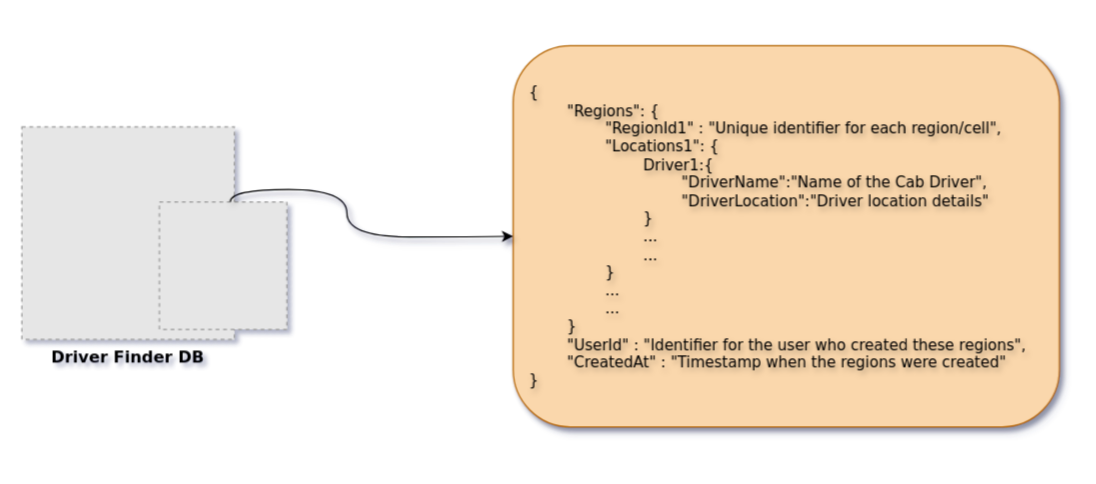
SweetCodey/system-design-masterclass keeps this draw.io diagram as 11. Design Cab sharing System/Resources/DeepDiveDriverFinderDataModeling.drawio. Above is the earlier version. Source tidied: cells renumbered, new cells numbered last; positions are measured from the earlier drawing's top-left corner, leaving out a move shared by most shapes. Both pictures are drawn from the tidied source at 125%, with x=0, y=0 at pixel (21, 45). Pictures stored in the file or linked from it are replaced by grey dashed boxes.
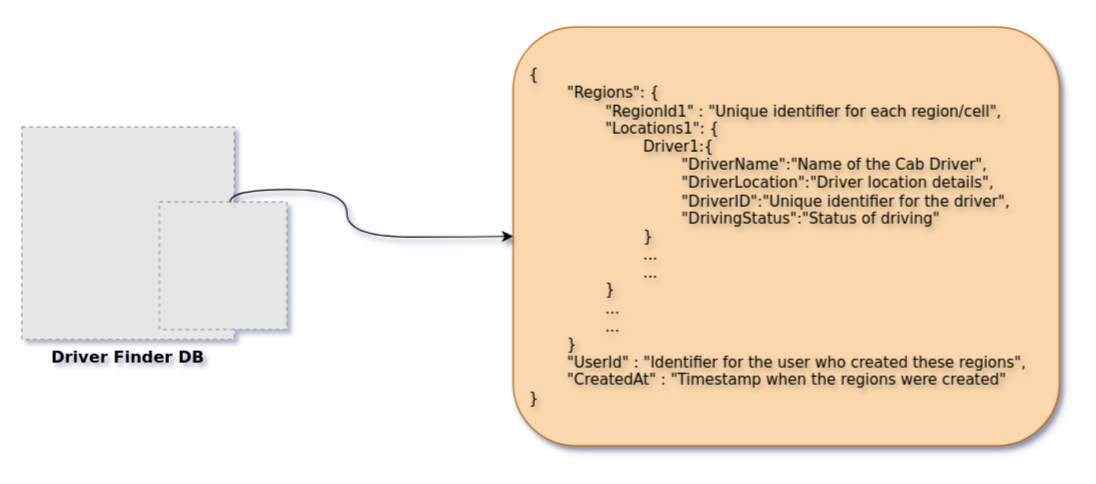
The same diagram, later.

Commit message (it also covers changes not shown here):
Data Modeling notes and minor changes in respective images

Diff of the diagram source:
```diff
@@
 <mxGraphModel shadow="1">
   <root>
     <mxCell id="0" />
     <mxCell id="1" parent="0" />
     <mxCell id="2" value="Driver Finder DB" style="fillColor=#E6E6E6;strokeColor=#999999;dashed=1;verticalLabelPosition=bottom;labelBackgroundColor=none;verticalAlign=top;fontSize=13;fontStyle=1;fontFamily=Verdana;" parent="1" vertex="1">
       <mxGeometry y="65" width="170" height="170" as="geometry" />
     </mxCell>
-    <mxCell id="3" value="&lt;div style=&quot;&quot;&gt;&lt;span style=&quot;background-color: transparent; color: light-dark(rgb(0, 0, 0), rgb(255, 255, 255));&quot;&gt;{&lt;/span&gt;&lt;/div&gt;&lt;div style=&quot;&quot;&gt;&lt;span style=&quot;background-color: transparent; color: light-dark(rgb(0, 0, 0), rgb(255, 255, 255));&quot;&gt;&lt;span style=&quot;white-space: pre;&quot;&gt;&#9;&lt;/span&gt;&quot;Regions&quot;: {&lt;/span&gt;&lt;/div&gt;&lt;div style=&quot;&quot;&gt;&lt;span style=&quot;background-color: transparent; color: light-dark(rgb(0, 0, 0), rgb(255, 255, 255)); white-space: pre;&quot;&gt;&#9;&lt;span style=&quot;white-space: pre;&quot;&gt;&#9;&lt;/span&gt;&lt;/span&gt;&lt;span style=&quot;background-color: transparent; color: light-dark(rgb(0, 0, 0), rgb(255, 255, 255));&quot;&gt;&quot;RegionId1&quot; : &quot;Unique identifier for each region/cell&quot;,&lt;/span&gt;&lt;/div&gt;&lt;div style=&quot;&quot;&gt;&lt;span style=&quot;background-color: transparent; color: light-dark(rgb(0, 0, 0), rgb(255, 255, 255));&quot;&gt;&lt;span style=&quot;white-space: pre;&quot;&gt;&#9;&lt;/span&gt;&lt;span style=&quot;white-space: pre;&quot;&gt;&#9;&lt;/span&gt;&lt;/span&gt;&lt;span style=&quot;background-color: transparent; color: light-dark(rgb(0, 0, 0), rgb(255, 255, 255));&quot;&gt;&quot;Locations1&quot;: {&lt;/span&gt;&lt;/div&gt;&lt;div style=&quot;&quot;&gt;&lt;span style=&quot;background-color: transparent; color: light-dark(rgb(0, 0, 0), rgb(255, 255, 255));&quot;&gt;&lt;span style=&quot;white-space: pre;&quot;&gt;&#9;&lt;/span&gt;&lt;span style=&quot;white-space: pre;&quot;&gt;&#9;&lt;/span&gt;&lt;span style=&quot;white-space: pre;&quot;&gt;&#9;&lt;/span&gt;Driver1:{&lt;/span&gt;&lt;/div&gt;&lt;div style=&quot;&quot;&gt;&lt;span style=&quot;background-color: transparent; color: light-dark(rgb(0, 0, 0), rgb(255, 255, 255));&quot;&gt;&lt;span style=&quot;white-space: pre;&quot;&gt;&#9;&lt;/span&gt;&lt;span style=&quot;white-space: pre;&quot;&gt;&#9;&lt;/span&gt;&lt;span style=&quot;white-space: pre;&quot;&gt;&#9;&lt;/span&gt;&lt;span style=&quot;white-space: pre;&quot;&gt;&#9;&lt;/span&gt;&quot;DriverName&quot;:&quot;Name of the Cab Driver&quot;,&lt;/span&gt;&lt;/div&gt;&lt;div style=&quot;&quot;&gt;&lt;span style=&quot;background-color: transparent; color: light-dark(rgb(0, 0, 0), rgb(255, 255, 255));&quot;&gt;&lt;span style=&quot;white-space: pre;&quot;&gt;&#9;&lt;/span&gt;&lt;span style=&quot;white-space: pre;&quot;&gt;&#9;&lt;/span&gt;&lt;span style=&quot;white-space: pre;&quot;&gt;&#9;&lt;/span&gt;&lt;span style=&quot;white-space: pre;&quot;&gt;&#9;&lt;/span&gt;&quot;DriverLocation&quot;:&quot;Driver location details&quot;&lt;/span&gt;&lt;/div&gt;&lt;div style=&quot;&quot;&gt;&lt;span style=&quot;background-color: transparent; color: light-dark(rgb(0, 0, 0), rgb(255, 255, 255));&quot;&gt;&lt;span style=&quot;white-space: pre;&quot;&gt;&#9;&lt;/span&gt;&lt;span style=&quot;white-space: pre;&quot;&gt;&#9;&lt;/span&gt;&lt;span style=&quot;white-space: pre;&quot;&gt;&#9;&lt;/span&gt;}&lt;/span&gt;&lt;/div&gt;&lt;div style=&quot;&quot;&gt;&lt;span style=&quot;background-color: transparent; color: light-dark(rgb(0, 0, 0), rgb(255, 255, 255));&quot;&gt;&lt;span style=&quot;white-space: pre;&quot;&gt;&#9;&lt;/span&gt;&lt;span style=&quot;white-space: pre;&quot;&gt;&#9;&lt;/span&gt;&lt;span style=&quot;white-space: pre;&quot;&gt;&#9;&lt;/span&gt;...&lt;br&gt;&lt;/span&gt;&lt;/div&gt;&lt;div style=&quot;&quot;&gt;&lt;span style=&quot;background-color: transparent; color: light-dark(rgb(0, 0, 0), rgb(255, 255, 255));&quot;&gt;&lt;span style=&quot;white-space: pre;&quot;&gt;&#9;&lt;/span&gt;&lt;span style=&quot;white-space: pre;&quot;&gt;&#9;&lt;/span&gt;&lt;span style=&quot;white-space: pre;&quot;&gt;&#9;&lt;/span&gt;...&lt;br&gt;&lt;/span&gt;&lt;/div&gt;&lt;div style=&quot;&quot;&gt;&lt;span style=&quot;background-color: transparent; color: light-dark(rgb(0, 0, 0), rgb(255, 255, 255));&quot;&gt;&lt;span style=&quot;white-space: pre;&quot;&gt;&#9;&lt;/span&gt;&lt;span style=&quot;white-space: pre;&quot;&gt;&#9;&lt;/span&gt;}&lt;/span&gt;&lt;/div&gt;&lt;div style=&quot;&quot;&gt;&lt;span style=&quot;white-space: pre;&quot;&gt;&#9;&lt;/span&gt;&lt;span style=&quot;white-space: pre;&quot;&gt;&#9;&lt;/span&gt;...&lt;br&gt;&lt;/div&gt;&lt;div style=&quot;&quot;&gt;&lt;span style=&quot;white-space: pre;&quot;&gt;&#9;&lt;/span&gt;&lt;span style=&quot;white-space: pre;&quot;&gt;&#9;&lt;/span&gt;...&lt;/div&gt;&lt;div style=&quot;&quot;&gt;&lt;span style=&quot;background-color: transparent; color: light-dark(rgb(0, 0, 0), rgb(255, 255, 255));&quot;&gt;&lt;span style=&quot;white-space: pre;&quot;&gt;&#9;&lt;/span&gt;}&lt;/span&gt;&lt;/div&gt;&lt;div style=&quot;&quot;&gt;&lt;span style=&quot;background-color: transparent; color: light-dark(rgb(0, 0, 0), rgb(255, 255, 255));&quot;&gt;&lt;span style=&quot;white-space: pre;&quot;&gt;&#9;&lt;/span&gt;&quot;UserId&quot; : &quot;Identifier for the user who created these regions&quot;,&lt;/span&gt;&lt;/div&gt;&lt;div style=&quot;&quot;&gt;&lt;span style=&quot;background-color: transparent; color: light-dark(rgb(0, 0, 0), rgb(255, 255, 255));&quot;&gt;&lt;span style=&quot;white-space: pre;&quot;&gt;&#9;&lt;/span&gt;&quot;CreatedAt&quot; : &quot;Timestamp when the regions were created&quot;&lt;/span&gt;&lt;/div&gt;&lt;div style=&quot;&quot;&gt;&lt;span style=&quot;background-color: transparent; color: light-dark(rgb(0, 0, 0), rgb(255, 255, 255));&quot;&gt;}&lt;/span&gt;&lt;/div&gt;" style="rounded=1;whiteSpace=wrap;html=1;align=left;fillColor=#fad7ac;strokeColor=#b46504;shadow=1;textShadow=1;spacingLeft=11;fontFamily=Verdana;" parent="1" vertex="1">
-      <mxGeometry x="393" width="437" height="305" as="geometry" />
+    <mxCell id="3" value="&lt;div style=&quot;&quot;&gt;&lt;span style=&quot;background-color: transparent; color: light-dark(rgb(0, 0, 0), rgb(255, 255, 255));&quot;&gt;{&lt;/span&gt;&lt;/div&gt;&lt;div style=&quot;&quot;&gt;&lt;span style=&quot;background-color: transparent; color: light-dark(rgb(0, 0, 0), rgb(255, 255, 255));&quot;&gt;&lt;span style=&quot;white-space: pre;&quot;&gt;&#9;&lt;/span&gt;&quot;Regions&quot;: {&lt;/span&gt;&lt;/div&gt;&lt;div style=&quot;&quot;&gt;&lt;span style=&quot;background-color: transparent; color: light-dark(rgb(0, 0, 0), rgb(255, 255, 255)); white-space: pre;&quot;&gt;&#9;&lt;span style=&quot;white-space: pre;&quot;&gt;&#9;&lt;/span&gt;&lt;/span&gt;&lt;span style=&quot;background-color: transparent; color: light-dark(rgb(0, 0, 0), rgb(255, 255, 255));&quot;&gt;&quot;RegionId1&quot; : &quot;Unique identifier for each region/cell&quot;,&lt;/span&gt;&lt;/div&gt;&lt;div style=&quot;&quot;&gt;&lt;span style=&quot;background-color: transparent; color: light-dark(rgb(0, 0, 0), rgb(255, 255, 255));&quot;&gt;&lt;span style=&quot;white-space: pre;&quot;&gt;&#9;&lt;/span&gt;&lt;span style=&quot;white-space: pre;&quot;&gt;&#9;&lt;/span&gt;&lt;/span&gt;&lt;span style=&quot;background-color: transparent; color: light-dark(rgb(0, 0, 0), rgb(255, 255, 255));&quot;&gt;&quot;Locations1&quot;: {&lt;/span&gt;&lt;/div&gt;&lt;div style=&quot;&quot;&gt;&lt;span style=&quot;background-color: transparent; color: light-dark(rgb(0, 0, 0), rgb(255, 255, 255));&quot;&gt;&lt;span style=&quot;white-space: pre;&quot;&gt;&#9;&lt;/span&gt;&lt;span style=&quot;white-space: pre;&quot;&gt;&#9;&lt;/span&gt;&lt;span style=&quot;white-space: pre;&quot;&gt;&#9;&lt;/span&gt;Driver1:{&lt;/span&gt;&lt;/div&gt;&lt;div style=&quot;&quot;&gt;&lt;span style=&quot;background-color: transparent; color: light-dark(rgb(0, 0, 0), rgb(255, 255, 255));&quot;&gt;&lt;span style=&quot;white-space: pre;&quot;&gt;&#9;&lt;/span&gt;&lt;span style=&quot;white-space: pre;&quot;&gt;&#9;&lt;/span&gt;&lt;span style=&quot;white-space: pre;&quot;&gt;&#9;&lt;/span&gt;&lt;span style=&quot;white-space: pre;&quot;&gt;&#9;&lt;/span&gt;&quot;DriverName&quot;:&quot;Name of the Cab Driver&quot;,&lt;/span&gt;&lt;/div&gt;&lt;div style=&quot;&quot;&gt;&lt;span style=&quot;background-color: transparent; color: light-dark(rgb(0, 0, 0), rgb(255, 255, 255));&quot;&gt;&lt;span style=&quot;white-space: pre;&quot;&gt;&#9;&lt;/span&gt;&lt;span style=&quot;white-space: pre;&quot;&gt;&#9;&lt;/span&gt;&lt;span style=&quot;white-space: pre;&quot;&gt;&#9;&lt;/span&gt;&lt;span style=&quot;white-space: pre;&quot;&gt;&#9;&lt;/span&gt;&quot;DriverLocation&quot;:&quot;Driver location details&quot;,&lt;/span&gt;&lt;/div&gt;&lt;div style=&quot;&quot;&gt;&lt;span style=&quot;background-color: transparent; color: light-dark(rgb(0, 0, 0), rgb(255, 255, 255));&quot;&gt;&lt;span style=&quot;white-space: pre;&quot;&gt;&#9;&lt;/span&gt;&lt;span style=&quot;white-space: pre;&quot;&gt;&#9;&lt;/span&gt;&lt;span style=&quot;white-space: pre;&quot;&gt;&#9;&lt;/span&gt;&lt;span style=&quot;white-space: pre;&quot;&gt;&#9;&lt;/span&gt;&quot;DriverID&quot;:&quot;Unique identifier for the driver&quot;,&lt;br&gt;&lt;/span&gt;&lt;/div&gt;&lt;div style=&quot;&quot;&gt;&lt;span style=&quot;background-color: transparent; color: light-dark(rgb(0, 0, 0), rgb(255, 255, 255));&quot;&gt;&lt;span style=&quot;white-space: pre;&quot;&gt;&#9;&lt;/span&gt;&lt;span style=&quot;white-space: pre;&quot;&gt;&#9;&lt;/span&gt;&lt;span style=&quot;white-space: pre;&quot;&gt;&#9;&lt;/span&gt;&lt;span style=&quot;white-space: pre;&quot;&gt;&#9;&lt;/span&gt;&quot;DrivingStatus&quot;:&quot;Status of driving&quot;&lt;/span&gt;&lt;/div&gt;&lt;div style=&quot;&quot;&gt;&lt;span style=&quot;background-color: transparent; color: light-dark(rgb(0, 0, 0), rgb(255, 255, 255));&quot;&gt;&lt;span style=&quot;white-space: pre;&quot;&gt;&#9;&lt;/span&gt;&lt;span style=&quot;white-space: pre;&quot;&gt;&#9;&lt;/span&gt;&lt;span style=&quot;white-space: pre;&quot;&gt;&#9;&lt;/span&gt;}&lt;/span&gt;&lt;/div&gt;&lt;div style=&quot;&quot;&gt;&lt;span style=&quot;background-color: transparent; color: light-dark(rgb(0, 0, 0), rgb(255, 255, 255));&quot;&gt;&lt;span style=&quot;white-space: pre;&quot;&gt;&#9;&lt;/span&gt;&lt;span style=&quot;white-space: pre;&quot;&gt;&#9;&lt;/span&gt;&lt;span style=&quot;white-space: pre;&quot;&gt;&#9;&lt;/span&gt;...&lt;br&gt;&lt;/span&gt;&lt;/div&gt;&lt;div style=&quot;&quot;&gt;&lt;span style=&quot;background-color: transparent; color: light-dark(rgb(0, 0, 0), rgb(255, 255, 255));&quot;&gt;&lt;span style=&quot;white-space: pre;&quot;&gt;&#9;&lt;/span&gt;&lt;span style=&quot;white-space: pre;&quot;&gt;&#9;&lt;/span&gt;&lt;span style=&quot;white-space: pre;&quot;&gt;&#9;&lt;/span&gt;...&lt;br&gt;&lt;/span&gt;&lt;/div&gt;&lt;div style=&quot;&quot;&gt;&lt;span style=&quot;background-color: transparent; color: light-dark(rgb(0, 0, 0), rgb(255, 255, 255));&quot;&gt;&lt;span style=&quot;white-space: pre;&quot;&gt;&#9;&lt;/span&gt;&lt;span style=&quot;white-space: pre;&quot;&gt;&#9;&lt;/span&gt;}&lt;/span&gt;&lt;/div&gt;&lt;div style=&quot;&quot;&gt;&lt;span style=&quot;white-space: pre;&quot;&gt;&#9;&lt;/span&gt;&lt;span style=&quot;white-space: pre;&quot;&gt;&#9;&lt;/span&gt;...&lt;br&gt;&lt;/div&gt;&lt;div style=&quot;&quot;&gt;&lt;span style=&quot;white-space: pre;&quot;&gt;&#9;&lt;/span&gt;&lt;span style=&quot;white-space: pre;&quot;&gt;&#9;&lt;/span&gt;...&lt;/div&gt;&lt;div style=&quot;&quot;&gt;&lt;span style=&quot;background-color: transparent; color: light-dark(rgb(0, 0, 0), rgb(255, 255, 255));&quot;&gt;&lt;span style=&quot;white-space: pre;&quot;&gt;&#9;&lt;/span&gt;}&lt;/span&gt;&lt;/div&gt;&lt;div style=&quot;&quot;&gt;&lt;span style=&quot;background-color: transparent; color: light-dark(rgb(0, 0, 0), rgb(255, 255, 255));&quot;&gt;&lt;span style=&quot;white-space: pre;&quot;&gt;&#9;&lt;/span&gt;&quot;UserId&quot; : &quot;Identifier for the user who created these regions&quot;,&lt;/span&gt;&lt;/div&gt;&lt;div style=&quot;&quot;&gt;&lt;span style=&quot;background-color: transparent; color: light-dark(rgb(0, 0, 0), rgb(255, 255, 255));&quot;&gt;&lt;span style=&quot;white-space: pre;&quot;&gt;&#9;&lt;/span&gt;&quot;CreatedAt&quot; : &quot;Timestamp when the regions were created&quot;&lt;/span&gt;&lt;/div&gt;&lt;div style=&quot;&quot;&gt;&lt;span style=&quot;background-color: transparent; color: light-dark(rgb(0, 0, 0), rgb(255, 255, 255));&quot;&gt;}&lt;/span&gt;&lt;/div&gt;" style="rounded=1;whiteSpace=wrap;html=1;align=left;fillColor=#fad7ac;strokeColor=#b46504;shadow=1;textShadow=1;spacingLeft=11;fontFamily=Verdana;" parent="1" vertex="1">
+      <mxGeometry x="393" y="-15" width="437" height="335" as="geometry" />
     </mxCell>
     <mxCell id="4" style="fillColor=#E6E6E6;strokeColor=#999999;dashed=1;verticalLabelPosition=bottom;labelBackgroundColor=default;verticalAlign=top;fontFamily=Verdana;" parent="1" vertex="1">
       <mxGeometry x="110" y="125" width="102" height="102" as="geometry" />
     </mxCell>
     <mxCell id="5" style="edgeStyle=orthogonalEdgeStyle;rounded=0;jettySize=auto;html=1;exitX=0.556;exitY=0;exitDx=0;exitDy=0;curved=1;exitPerimeter=0;shadow=1;fontFamily=Verdana;entryX=0;entryY=0.5;entryDx=0;entryDy=0;" parent="1" edge="1" source="4" target="3">
       <mxGeometry relative="1" as="geometry">
         <Array as="points">
           <mxPoint x="167" y="115" />
           <mxPoint x="260" y="115" />
           <mxPoint x="260" y="153" />
           <mxPoint x="360" y="153" />
         </Array>
       </mxGeometry>
     </mxCell>
   </root>
 </mxGraphModel>
```
